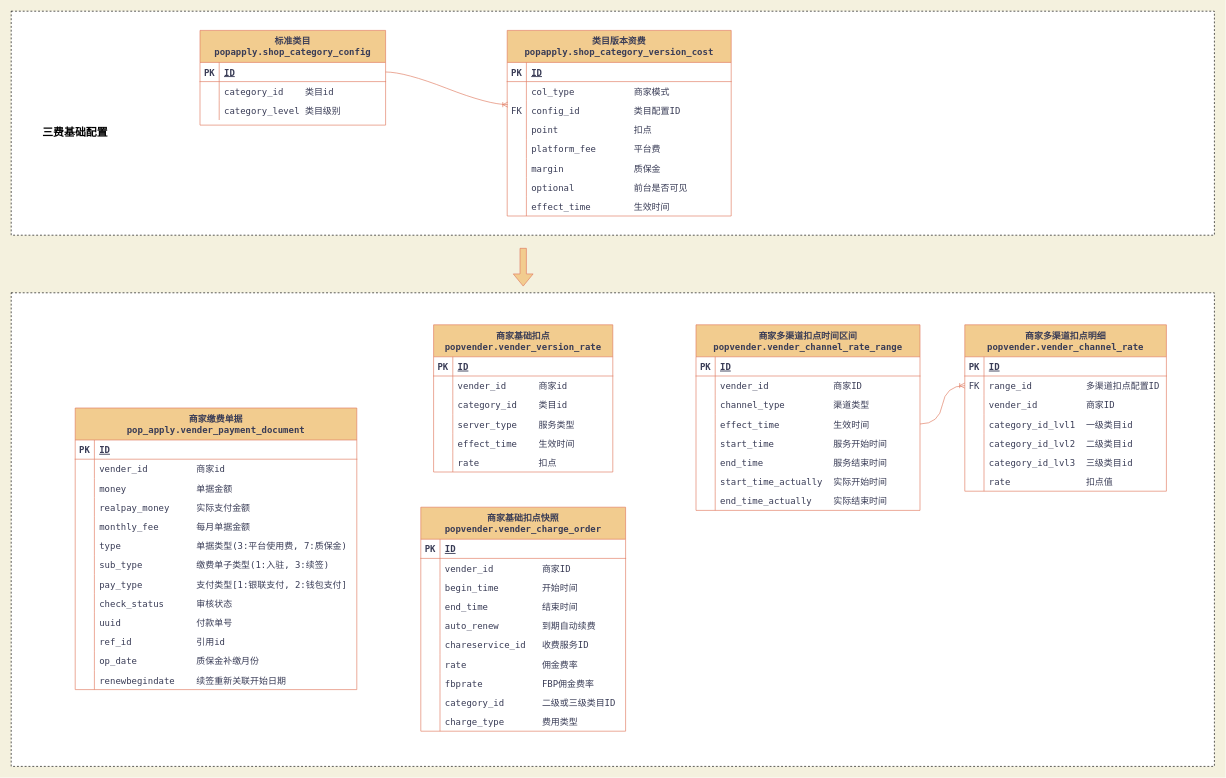
The draw.io diagram page "旧资费" (1 of 2) of 资费ER图.drawio in RubberBoy/some, before the edit. Source tidied: cells renumbered, new cells numbered last; positions are measured from the earlier drawing's top-left corner, leaving out a move shared by most shapes. Both pictures are drawn from the tidied source at 64%, with x=0, y=0 at pixel (11, 11).
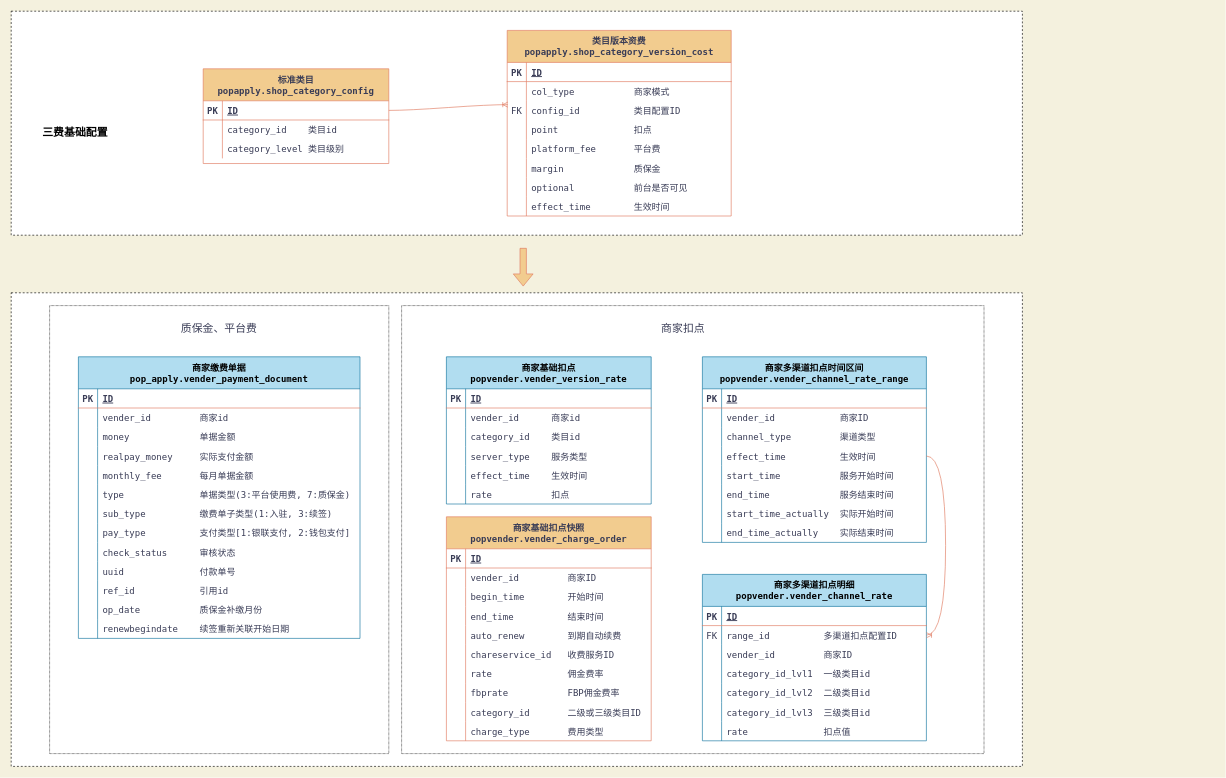
The same page after the edit.

What changed in the source:
```diff
@@
     <mxCell id="2" style="rounded=0;whiteSpace=wrap;html=1;shadow=0;glass=0;dashed=1;sketch=0;fontFamily=Menlo;fontSize=17;" parent="1" vertex="1">
-      <mxGeometry y="440" width="1880" height="740" as="geometry" />
+      <mxGeometry y="440" width="1580" height="740" as="geometry" />
     </mxCell>
     <mxCell id="3" style="rounded=0;whiteSpace=wrap;html=1;shadow=0;glass=0;sketch=0;gradientColor=none;dashed=1;" parent="1" vertex="1">
-      <mxGeometry width="1880" height="350" as="geometry" />
+      <mxGeometry width="1580" height="350" as="geometry" />
     </mxCell>
     <mxCell id="4" value="标准类目&#10;popapply.shop_category_config" style="shape=table;startSize=50;childLayout=tableLayout;rowLines=0;fontStyle=1;align=center;fontSize=14;fontFamily=Menlo;fillColor=#F2CC8F;strokeColor=#E07A5F;fontColor=#393C56;" parent="1" vertex="1">
-      <mxGeometry x="295" y="30" width="290" height="148" as="geometry" />
+      <mxGeometry x="300" y="90" width="290" height="148" as="geometry" />
     </mxCell>
@@
+    <mxCell id="180" style="rounded=0;whiteSpace=wrap;html=1;shadow=0;glass=0;dashed=1;sketch=0;fontFamily=Menlo;fontSize=17;dashPattern=1 1;" parent="1" vertex="1">
+      <mxGeometry x="610" y="460" width="910" height="700" as="geometry" />
+    </mxCell>
@@
-    <mxCell id="39" value="商家基础扣点&#10;popvender.vender_version_rate" style="shape=table;startSize=50;childLayout=tableLayout;rowLines=0;fontStyle=1;align=center;fontSize=14;fontFamily=Menlo;fillColor=#F2CC8F;strokeColor=#E07A5F;fontColor=#393C56;" parent="1" vertex="1">
-      <mxGeometry x="660" y="490" width="280" height="230" as="geometry" />
+    <mxCell id="39" value="商家基础扣点&#10;popvender.vender_version_rate" style="shape=table;startSize=50;childLayout=tableLayout;rowLines=0;fontStyle=1;align=center;fontSize=14;fontFamily=Menlo;fillColor=#b1ddf0;strokeColor=#10739e;" parent="1" vertex="1">
+      <mxGeometry x="680" y="540" width="320" height="230" as="geometry" />
     </mxCell>
     <mxCell id="40" style="shape=tableRow;horizontal=0;startSize=0;swimlaneHead=0;swimlaneBody=0;fillColor=none;top=0;left=0;right=0;bottom=1;fontSize=14;fontFamily=Menlo;strokeColor=#E07A5F;fontColor=#393C56;" parent="39" vertex="1">
-      <mxGeometry y="50" width="280" height="30" as="geometry" />
+      <mxGeometry y="50" width="320" height="30" as="geometry" />
     </mxCell>
@@
     <mxCell id="42" value="ID" style="shape=partialRectangle;fillColor=none;top=0;left=0;bottom=0;right=0;align=left;spacingLeft=6;fontStyle=5;overflow=hidden;fontSize=14;fontFamily=Menlo;strokeColor=#E07A5F;fontColor=#393C56;" parent="40" vertex="1">
-      <mxGeometry x="30" width="250" height="30" as="geometry" />
+      <mxGeometry x="30" width="290" height="30" as="geometry" />
     </mxCell>
     <mxCell id="43" style="shape=tableRow;horizontal=0;startSize=0;swimlaneHead=0;swimlaneBody=0;fillColor=none;top=0;left=0;right=0;bottom=0;fontSize=14;fontFamily=Menlo;strokeColor=#E07A5F;fontColor=#393C56;" parent="39" vertex="1">
-      <mxGeometry y="80" width="280" height="30" as="geometry" />
+      <mxGeometry y="80" width="320" height="30" as="geometry" />
     </mxCell>
@@
     <mxCell id="45" value="vender_id      商家id" style="shape=partialRectangle;fillColor=none;top=0;left=0;bottom=0;right=0;align=left;spacingLeft=6;overflow=hidden;fontSize=14;fontFamily=Menlo;strokeColor=#E07A5F;fontColor=#393C56;" parent="43" vertex="1">
-      <mxGeometry x="30" width="250" height="30" as="geometry" />
+      <mxGeometry x="30" width="290" height="30" as="geometry" />
     </mxCell>
     <mxCell id="46" style="shape=tableRow;horizontal=0;startSize=0;swimlaneHead=0;swimlaneBody=0;fillColor=none;top=0;left=0;right=0;bottom=0;fontSize=14;fontFamily=Menlo;strokeColor=#E07A5F;fontColor=#393C56;" parent="39" vertex="1">
-      <mxGeometry y="110" width="280" height="30" as="geometry" />
+      <mxGeometry y="110" width="320" height="30" as="geometry" />
     </mxCell>
@@
     <mxCell id="48" value="category_id    类目id" style="shape=partialRectangle;fillColor=none;top=0;left=0;bottom=0;right=0;align=left;spacingLeft=6;overflow=hidden;fontSize=14;fontFamily=Menlo;strokeColor=#E07A5F;fontColor=#393C56;" parent="46" vertex="1">
-      <mxGeometry x="30" width="250" height="30" as="geometry" />
+      <mxGeometry x="30" width="290" height="30" as="geometry" />
     </mxCell>
     <mxCell id="49" style="shape=tableRow;horizontal=0;startSize=0;swimlaneHead=0;swimlaneBody=0;fillColor=none;top=0;left=0;right=0;bottom=0;fontSize=14;fontFamily=Menlo;strokeColor=#E07A5F;fontColor=#393C56;" parent="39" vertex="1">
-      <mxGeometry y="140" width="280" height="30" as="geometry" />
+      <mxGeometry y="140" width="320" height="30" as="geometry" />
     </mxCell>
@@
     <mxCell id="51" value="server_type    服务类型" style="shape=partialRectangle;fillColor=none;top=0;left=0;bottom=0;right=0;align=left;spacingLeft=6;overflow=hidden;fontSize=14;fontFamily=Menlo;strokeColor=#E07A5F;fontColor=#393C56;" parent="49" vertex="1">
-      <mxGeometry x="30" width="250" height="30" as="geometry" />
+      <mxGeometry x="30" width="290" height="30" as="geometry" />
     </mxCell>
     <mxCell id="52" style="shape=tableRow;horizontal=0;startSize=0;swimlaneHead=0;swimlaneBody=0;fillColor=none;top=0;left=0;right=0;bottom=0;fontSize=14;fontFamily=Menlo;strokeColor=#E07A5F;fontColor=#393C56;" parent="39" vertex="1">
-      <mxGeometry y="170" width="280" height="30" as="geometry" />
+      <mxGeometry y="170" width="320" height="30" as="geometry" />
     </mxCell>
@@
     <mxCell id="54" value="effect_time    生效时间" style="shape=partialRectangle;fillColor=none;top=0;left=0;bottom=0;right=0;align=left;spacingLeft=6;overflow=hidden;fontSize=14;fontFamily=Menlo;strokeColor=#E07A5F;fontColor=#393C56;" parent="52" vertex="1">
-      <mxGeometry x="30" width="250" height="30" as="geometry" />
+      <mxGeometry x="30" width="290" height="30" as="geometry" />
     </mxCell>
     <mxCell id="55" style="shape=tableRow;horizontal=0;startSize=0;swimlaneHead=0;swimlaneBody=0;fillColor=none;top=0;left=0;right=0;bottom=0;fontSize=14;fontFamily=Menlo;strokeColor=#E07A5F;fontColor=#393C56;" parent="39" vertex="1">
-      <mxGeometry y="200" width="280" height="30" as="geometry" />
+      <mxGeometry y="200" width="320" height="30" as="geometry" />
     </mxCell>
@@
     <mxCell id="57" value="rate           扣点" style="shape=partialRectangle;fillColor=none;top=0;left=0;bottom=0;right=0;align=left;spacingLeft=6;overflow=hidden;fontSize=14;fontFamily=Menlo;strokeColor=#E07A5F;fontColor=#393C56;" parent="55" vertex="1">
-      <mxGeometry x="30" width="250" height="30" as="geometry" />
+      <mxGeometry x="30" width="290" height="30" as="geometry" />
     </mxCell>
-    <mxCell id="58" value="商家多渠道扣点时间区间&#10;popvender.vender_channel_rate_range" style="shape=table;startSize=50;childLayout=tableLayout;rowLines=0;fontStyle=1;align=center;fontSize=14;fontFamily=Menlo;fillColor=#F2CC8F;strokeColor=#E07A5F;fontColor=#393C56;" parent="1" vertex="1">
-      <mxGeometry x="1070" y="490" width="350" height="290" as="geometry" />
+    <mxCell id="58" value="商家多渠道扣点时间区间&#10;popvender.vender_channel_rate_range" style="shape=table;startSize=50;childLayout=tableLayout;rowLines=0;fontStyle=1;align=center;fontSize=14;fontFamily=Menlo;fillColor=#b1ddf0;strokeColor=#10739e;" parent="1" vertex="1">
+      <mxGeometry x="1080" y="540" width="350" height="290" as="geometry" />
     </mxCell>
@@
-    <mxCell id="83" value="商家多渠道扣点明细&#10;popvender.vender_channel_rate" style="shape=table;startSize=50;childLayout=tableLayout;rowLines=0;fontStyle=1;align=center;fontSize=14;fontFamily=Menlo;fillColor=#F2CC8F;strokeColor=#E07A5F;fontColor=#393C56;" parent="1" vertex="1">
-      <mxGeometry x="1490" y="490" width="315" height="260" as="geometry" />
+    <mxCell id="83" value="商家多渠道扣点明细&#10;popvender.vender_channel_rate" style="shape=table;startSize=50;childLayout=tableLayout;rowLines=0;fontStyle=1;align=center;fontSize=14;fontFamily=Menlo;fillColor=#b1ddf0;strokeColor=#10739e;" parent="1" vertex="1">
+      <mxGeometry x="1080" y="880" width="350" height="260" as="geometry" />
     </mxCell>
     <mxCell id="84" style="shape=tableRow;horizontal=0;startSize=0;swimlaneHead=0;swimlaneBody=0;fillColor=none;top=0;left=0;right=0;bottom=1;fontSize=14;fontFamily=Menlo;strokeColor=#E07A5F;fontColor=#393C56;" parent="83" vertex="1">
-      <mxGeometry y="50" width="315" height="30" as="geometry" />
+      <mxGeometry y="50" width="350" height="30" as="geometry" />
     </mxCell>
@@
     <mxCell id="86" value="ID" style="shape=partialRectangle;fillColor=none;top=0;left=0;bottom=0;right=0;align=left;spacingLeft=6;fontStyle=5;overflow=hidden;fontSize=14;fontFamily=Menlo;strokeColor=#E07A5F;fontColor=#393C56;" parent="84" vertex="1">
-      <mxGeometry x="30" width="285" height="30" as="geometry" />
+      <mxGeometry x="30" width="320" height="30" as="geometry" />
     </mxCell>
     <mxCell id="87" style="shape=tableRow;horizontal=0;startSize=0;swimlaneHead=0;swimlaneBody=0;fillColor=none;points=[[0,0.5],[1,0.5]];portConstraint=eastwest;top=0;left=0;right=0;bottom=0;fontFamily=Menlo;fontSize=14;strokeColor=#E07A5F;fontColor=#393C56;" parent="83" vertex="1">
-      <mxGeometry y="80" width="315" height="30" as="geometry" />
+      <mxGeometry y="80" width="350" height="30" as="geometry" />
     </mxCell>
@@
     <mxCell id="89" value="range_id          多渠道扣点配置ID" style="shape=partialRectangle;fillColor=none;top=0;left=0;bottom=0;right=0;align=left;spacingLeft=6;fontStyle=0;overflow=hidden;fontFamily=Menlo;fontSize=14;strokeColor=#E07A5F;fontColor=#393C56;" parent="87" vertex="1">
-      <mxGeometry x="30" width="285" height="30" as="geometry" />
+      <mxGeometry x="30" width="320" height="30" as="geometry" />
     </mxCell>
     <mxCell id="90" style="shape=tableRow;horizontal=0;startSize=0;swimlaneHead=0;swimlaneBody=0;fillColor=none;top=0;left=0;right=0;bottom=0;fontSize=14;fontFamily=Menlo;strokeColor=#E07A5F;fontColor=#393C56;" parent="83" vertex="1">
-      <mxGeometry y="110" width="315" height="30" as="geometry" />
+      <mxGeometry y="110" width="350" height="30" as="geometry" />
     </mxCell>
@@
     <mxCell id="92" value="vender_id         商家ID" style="shape=partialRectangle;fillColor=none;top=0;left=0;bottom=0;right=0;align=left;spacingLeft=6;overflow=hidden;fontSize=14;fontFamily=Menlo;strokeColor=#E07A5F;fontColor=#393C56;" parent="90" vertex="1">
-      <mxGeometry x="30" width="285" height="30" as="geometry" />
+      <mxGeometry x="30" width="320" height="30" as="geometry" />
     </mxCell>
     <mxCell id="93" style="shape=tableRow;horizontal=0;startSize=0;swimlaneHead=0;swimlaneBody=0;fillColor=none;top=0;left=0;right=0;bottom=0;fontSize=14;fontFamily=Menlo;strokeColor=#E07A5F;fontColor=#393C56;" parent="83" vertex="1">
-      <mxGeometry y="140" width="315" height="30" as="geometry" />
+      <mxGeometry y="140" width="350" height="30" as="geometry" />
     </mxCell>
@@
     <mxCell id="95" value="category_id_lvl1  一级类目id" style="shape=partialRectangle;fillColor=none;top=0;left=0;bottom=0;right=0;align=left;spacingLeft=6;overflow=hidden;fontSize=14;fontFamily=Menlo;strokeColor=#E07A5F;fontColor=#393C56;" parent="93" vertex="1">
-      <mxGeometry x="30" width="285" height="30" as="geometry" />
+      <mxGeometry x="30" width="320" height="30" as="geometry" />
     </mxCell>
     <mxCell id="96" style="shape=tableRow;horizontal=0;startSize=0;swimlaneHead=0;swimlaneBody=0;fillColor=none;top=0;left=0;right=0;bottom=0;fontFamily=Menlo;fontSize=14;strokeColor=#E07A5F;fontColor=#393C56;" parent="83" vertex="1">
-      <mxGeometry y="170" width="315" height="30" as="geometry" />
+      <mxGeometry y="170" width="350" height="30" as="geometry" />
     </mxCell>
@@
     <mxCell id="98" value="category_id_lvl2  二级类目id  " style="shape=partialRectangle;fillColor=none;top=0;left=0;bottom=0;right=0;align=left;spacingLeft=6;overflow=hidden;fontFamily=Menlo;fontSize=14;strokeColor=#E07A5F;fontColor=#393C56;" parent="96" vertex="1">
-      <mxGeometry x="30" width="285" height="30" as="geometry" />
+      <mxGeometry x="30" width="320" height="30" as="geometry" />
     </mxCell>
     <mxCell id="99" style="shape=tableRow;horizontal=0;startSize=0;swimlaneHead=0;swimlaneBody=0;fillColor=none;top=0;left=0;right=0;bottom=0;fontFamily=Menlo;fontSize=14;strokeColor=#E07A5F;fontColor=#393C56;" parent="83" vertex="1">
-      <mxGeometry y="200" width="315" height="30" as="geometry" />
+      <mxGeometry y="200" width="350" height="30" as="geometry" />
     </mxCell>
@@
     <mxCell id="101" value="category_id_lvl3  三级类目id" style="shape=partialRectangle;fillColor=none;top=0;left=0;bottom=0;right=0;align=left;spacingLeft=6;overflow=hidden;fontFamily=Menlo;fontSize=14;strokeColor=#E07A5F;fontColor=#393C56;" parent="99" vertex="1">
-      <mxGeometry x="30" width="285" height="30" as="geometry" />
+      <mxGeometry x="30" width="320" height="30" as="geometry" />
     </mxCell>
     <mxCell id="102" style="shape=tableRow;horizontal=0;startSize=0;swimlaneHead=0;swimlaneBody=0;fillColor=none;top=0;left=0;right=0;bottom=0;fontFamily=Menlo;fontSize=14;strokeColor=#E07A5F;fontColor=#393C56;" parent="83" vertex="1">
-      <mxGeometry y="230" width="315" height="30" as="geometry" />
+      <mxGeometry y="230" width="350" height="30" as="geometry" />
     </mxCell>
@@
     <mxCell id="104" value="rate              扣点值" style="shape=partialRectangle;fillColor=none;top=0;left=0;bottom=0;right=0;align=left;spacingLeft=6;overflow=hidden;fontFamily=Menlo;fontSize=14;strokeColor=#E07A5F;fontColor=#393C56;" parent="102" vertex="1">
-      <mxGeometry x="30" width="285" height="30" as="geometry" />
+      <mxGeometry x="30" width="320" height="30" as="geometry" />
     </mxCell>
@@
+    <mxCell id="181" style="rounded=0;whiteSpace=wrap;html=1;shadow=0;glass=0;dashed=1;sketch=0;fontFamily=Menlo;fontSize=17;dashPattern=1 1;" parent="1" vertex="1">
+      <mxGeometry x="60" y="460" width="530" height="700" as="geometry" />
+    </mxCell>
-    <mxCell id="107" value="商家缴费单据&#10;pop_apply.vender_payment_document" style="shape=table;startSize=50;childLayout=tableLayout;rowLines=0;fontStyle=1;align=center;fontFamily=Menlo;fontSize=14;fillColor=#F2CC8F;strokeColor=#E07A5F;fontColor=#393C56;" parent="1" vertex="1">
-      <mxGeometry x="100" y="620" width="440" height="440" as="geometry" />
+    <mxCell id="107" value="商家缴费单据&#10;pop_apply.vender_payment_document" style="shape=table;startSize=50;childLayout=tableLayout;rowLines=0;fontStyle=1;align=center;fontFamily=Menlo;fontSize=14;fillColor=#b1ddf0;strokeColor=#10739e;" parent="1" vertex="1">
+      <mxGeometry x="105" y="540" width="440" height="440" as="geometry" />
     </mxCell>
@@
     <mxCell id="147" value="商家基础扣点快照&#10;popvender.vender_charge_order" style="shape=table;startSize=50;childLayout=tableLayout;rowLines=0;fontStyle=1;align=center;fontFamily=Menlo;fontSize=14;fillColor=#F2CC8F;strokeColor=#E07A5F;fontColor=#393C56;" parent="1" vertex="1">
-      <mxGeometry x="640" y="775" width="320" height="350" as="geometry" />
+      <mxGeometry x="680" y="790" width="320" height="350" as="geometry" />
     </mxCell>
@@
+    <mxCell id="182" value="质保金、平台费" style="text;html=1;strokeColor=none;fillColor=none;align=center;verticalAlign=middle;whiteSpace=wrap;rounded=0;shadow=0;glass=0;dashed=1;dashPattern=1 1;sketch=0;fontFamily=Menlo;fontSize=17;fontColor=#393C56;" parent="1" vertex="1">
+      <mxGeometry x="215" y="470" width="220" height="50" as="geometry" />
+    </mxCell>
+    <mxCell id="183" value="商家扣点" style="text;html=1;strokeColor=none;fillColor=none;align=center;verticalAlign=middle;whiteSpace=wrap;rounded=0;shadow=0;glass=0;dashed=1;dashPattern=1 1;sketch=0;fontFamily=Menlo;fontSize=17;fontColor=#393C56;" parent="1" vertex="1">
+      <mxGeometry x="940" y="470" width="220" height="50" as="geometry" />
+    </mxCell>
```
